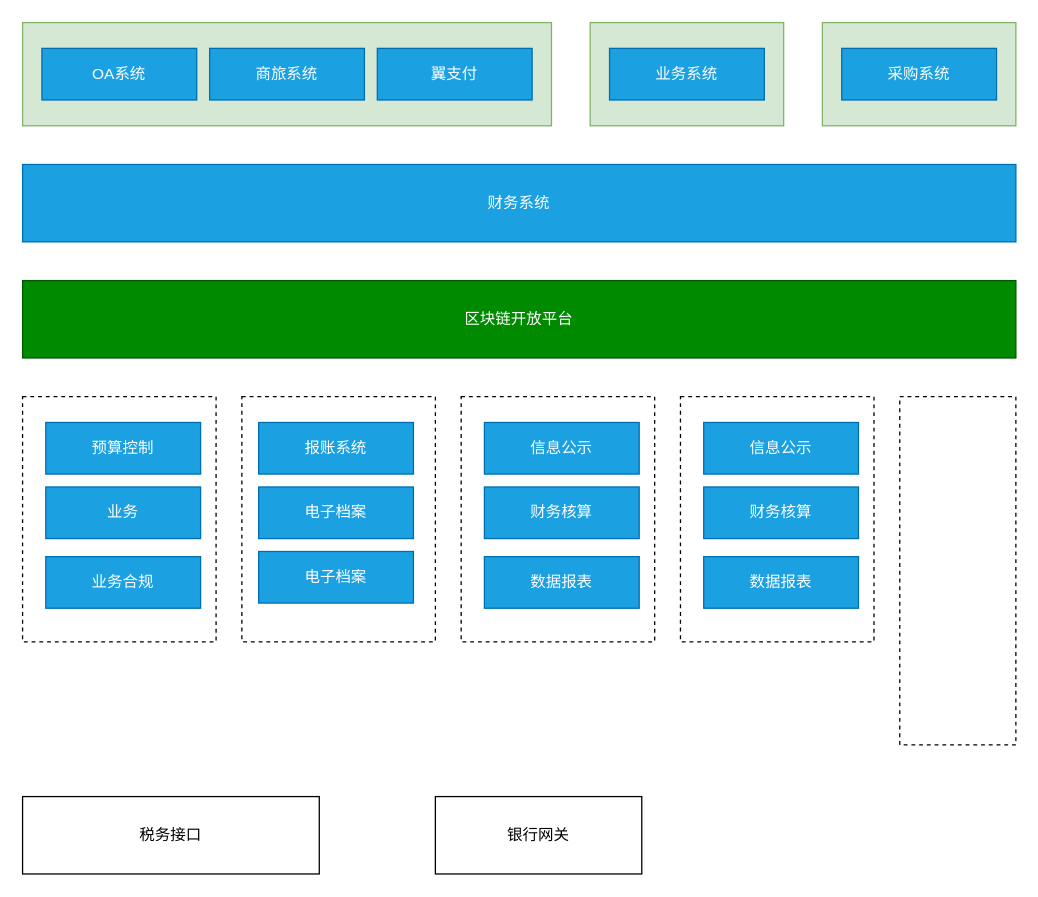
NandyShi/baas keeps this draw.io diagram as 未命名绘图.drawio. Above is the earlier version. Source tidied: cells renumbered, new cells numbered last; positions are measured from the earlier drawing's top-left corner, leaving out a move shared by most shapes. Both pictures are drawn from the tidied source at 129%, with x=0, y=0 at pixel (22, 22).
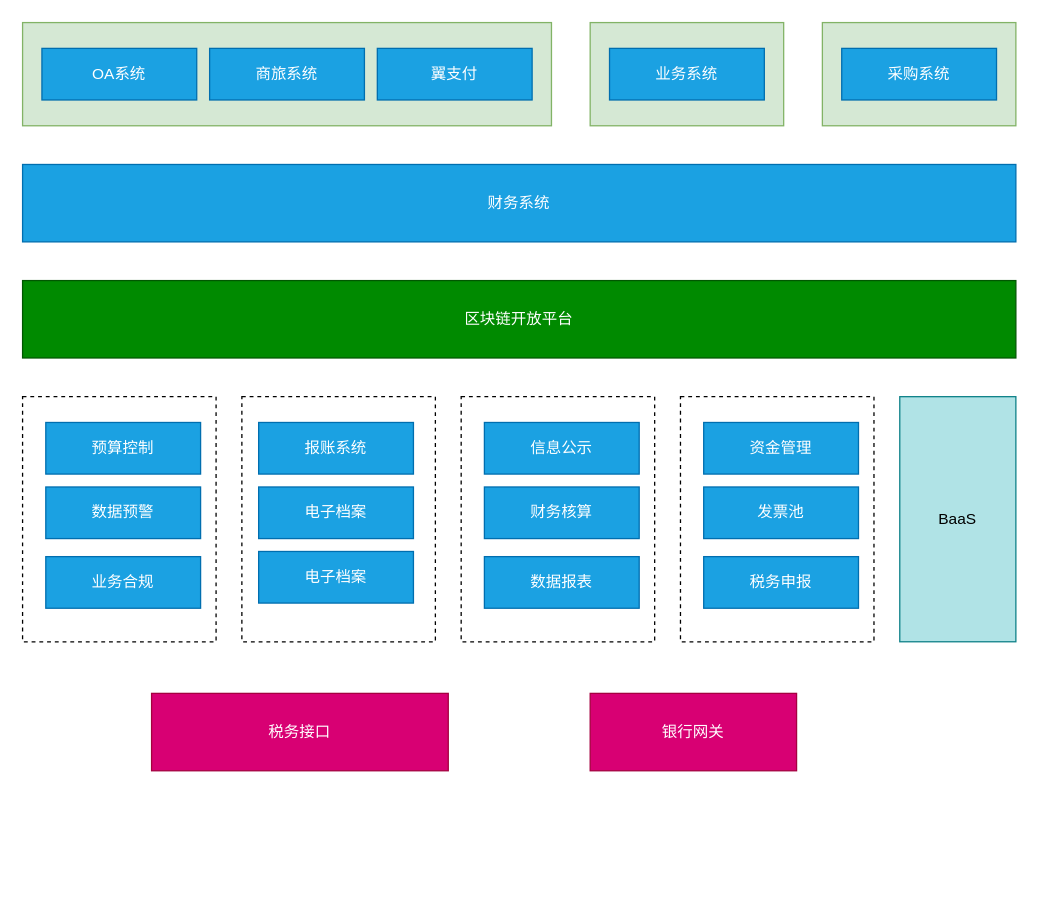
After the change.

Change to the diagram source:
```diff
@@
-    <mxCell id="13" value="税务接口" style="rounded=0;whiteSpace=wrap;html=1;" parent="1" vertex="1">
-      <mxGeometry y="600" width="230" height="60" as="geometry" />
+    <mxCell id="13" value="税务接口" style="rounded=0;whiteSpace=wrap;html=1;fillColor=#d80073;strokeColor=#A50040;fontColor=#ffffff;" parent="1" vertex="1">
+      <mxGeometry x="100" y="520" width="230" height="60" as="geometry" />
     </mxCell>
@@
-    <mxCell id="15" value="银行网关" style="rounded=0;whiteSpace=wrap;html=1;" parent="1" vertex="1">
-      <mxGeometry x="320" y="600" width="160" height="60" as="geometry" />
+    <mxCell id="15" value="银行网关" style="rounded=0;whiteSpace=wrap;html=1;fillColor=#d80073;strokeColor=#A50040;fontColor=#ffffff;" parent="1" vertex="1">
+      <mxGeometry x="440" y="520" width="160" height="60" as="geometry" />
     </mxCell>
@@
-    <mxCell id="17" value="业务" style="rounded=0;whiteSpace=wrap;html=1;fillColor=#1ba1e2;strokeColor=#006EAF;fontColor=#ffffff;" parent="1" vertex="1">
+    <mxCell id="17" value="数据预警" style="rounded=0;whiteSpace=wrap;html=1;fillColor=#1ba1e2;strokeColor=#006EAF;fontColor=#ffffff;" parent="1" vertex="1">
       <mxGeometry x="18" y="360" width="120" height="40" as="geometry" />
     </mxCell>
@@
-    <mxCell id="28" value="信息公示" style="rounded=0;whiteSpace=wrap;html=1;fillColor=#1ba1e2;strokeColor=#006EAF;fontColor=#ffffff;" parent="1" vertex="1">
+    <mxCell id="28" value="资金管理" style="rounded=0;whiteSpace=wrap;html=1;fillColor=#1ba1e2;strokeColor=#006EAF;fontColor=#ffffff;" parent="1" vertex="1">
       <mxGeometry x="528" y="310" width="120" height="40" as="geometry" />
     </mxCell>
-    <mxCell id="29" value="财务核算" style="rounded=0;whiteSpace=wrap;html=1;fillColor=#1ba1e2;strokeColor=#006EAF;fontColor=#ffffff;" parent="1" vertex="1">
+    <mxCell id="29" value="发票池" style="rounded=0;whiteSpace=wrap;html=1;fillColor=#1ba1e2;strokeColor=#006EAF;fontColor=#ffffff;" parent="1" vertex="1">
       <mxGeometry x="528" y="360" width="120" height="40" as="geometry" />
     </mxCell>
-    <mxCell id="30" value="数据报表" style="rounded=0;whiteSpace=wrap;html=1;fillColor=#1ba1e2;strokeColor=#006EAF;fontColor=#ffffff;" parent="1" vertex="1">
+    <mxCell id="30" value="税务申报" style="rounded=0;whiteSpace=wrap;html=1;fillColor=#1ba1e2;strokeColor=#006EAF;fontColor=#ffffff;" parent="1" vertex="1">
       <mxGeometry x="528" y="414" width="120" height="40" as="geometry" />
     </mxCell>
-    <mxCell id="31" style="rounded=0;whiteSpace=wrap;html=1;dashed=1;" parent="1" vertex="1">
-      <mxGeometry x="680" y="290" width="90" height="270" as="geometry" />
+    <mxCell id="31" value="BaaS" style="rounded=0;whiteSpace=wrap;html=1;fillColor=#b0e3e6;strokeColor=#0e8088;" parent="1" vertex="1">
+      <mxGeometry x="680" y="290" width="90" height="190" as="geometry" />
     </mxCell>
```
